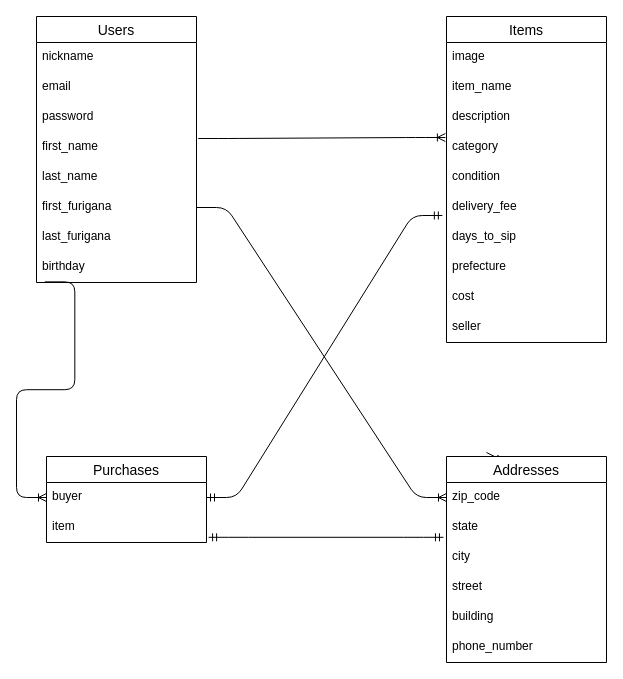
This is config/.dio from purinm/furima-32005, a draw.io file, before an edit. Source tidied: cells renumbered, new cells numbered last; positions are measured from the earlier drawing's top-left corner, leaving out a move shared by most shapes. Both pictures are drawn from the tidied source at 100%, with x=0, y=0 at pixel (36, 16).
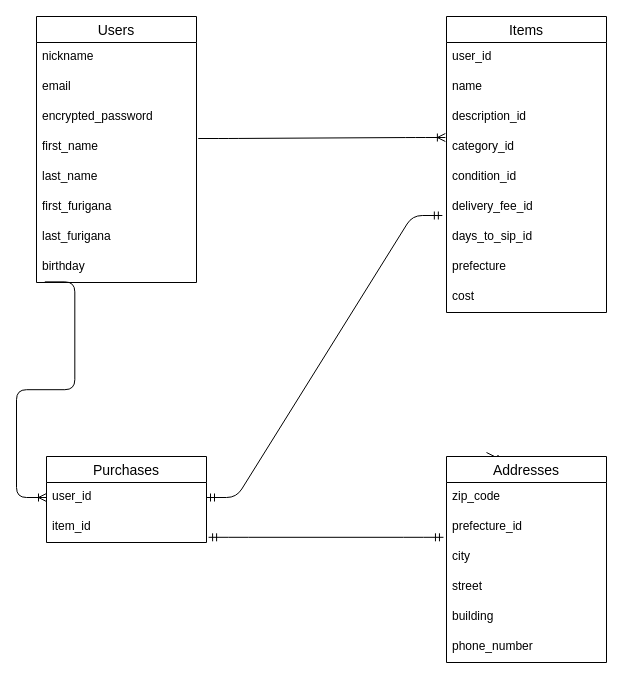
Above is the later version.

Commit message (it also covers changes not shown here):
データベース設計、ER図修正

Unchanged cells that the change refers to:
```xml
<mxCell id="2" value="Users" style="swimlane;fontStyle=0;horizontal=1;startSize=26;align=center;fontSize=14;" parent="1" vertex="1">
  <mxGeometry width="160" height="266" as="geometry" />
</mxCell>
<mxCell id="8" value="first_furigana" style="text;strokeColor=none;fillColor=none;spacingLeft=4;spacingRight=4;overflow=hidden;points=[[0,0.5],[1,0.5]];portConstraint=eastwest;fontSize=12;" parent="2" vertex="1">
  <mxGeometry y="176" width="160" height="30" as="geometry" />
</mxCell>
<mxCell id="23" value="Purchases" style="swimlane;fontStyle=0;horizontal=1;startSize=26;align=center;fontSize=14;" parent="1" vertex="1">
  <mxGeometry x="10" y="440" width="160" height="86" as="geometry" />
</mxCell>
<mxCell id="30" value="Addresses" style="swimlane;fontStyle=0;horizontal=1;startSize=26;align=center;fontSize=14;" parent="1" vertex="1">
  <mxGeometry x="410" y="440" width="160" height="206" as="geometry" />
</mxCell>
<mxCell id="31" value="zip_code" style="text;strokeColor=none;fillColor=none;spacingLeft=4;spacingRight=4;overflow=hidden;points=[[0,0.5],[1,0.5]];portConstraint=eastwest;fontSize=12;" parent="30" vertex="1">
  <mxGeometry y="26" width="160" height="30" as="geometry" />
</mxCell>
```

The edit, as a diff of the source:
```diff
@@
-    <mxCell id="5" value="password" style="text;strokeColor=none;fillColor=none;spacingLeft=4;spacingRight=4;overflow=hidden;fontSize=12;" parent="2" vertex="1">
+    <mxCell id="5" value="encrypted_password" style="text;strokeColor=none;fillColor=none;spacingLeft=4;spacingRight=4;overflow=hidden;fontSize=12;" parent="2" vertex="1">
       <mxGeometry y="86" width="160" height="30" as="geometry" />
     </mxCell>
@@
     <mxCell id="11" value="Items" style="swimlane;fontStyle=0;horizontal=1;startSize=26;align=center;fontSize=14;" parent="1" vertex="1">
-      <mxGeometry x="410" width="160" height="326" as="geometry" />
+      <mxGeometry x="410" width="160" height="296" as="geometry" />
     </mxCell>
-    <mxCell id="12" value="image" style="text;strokeColor=none;fillColor=none;spacingLeft=4;spacingRight=4;overflow=hidden;fontSize=12;" parent="11" vertex="1">
-      <mxGeometry y="26" width="160" height="30" as="geometry" />
-    </mxCell>
+    <mxCell id="38" value="user_id" style="text;strokeColor=none;fillColor=none;spacingLeft=4;spacingRight=4;overflow=hidden;fontSize=12;" parent="11" vertex="1">
+      <mxGeometry y="26" width="160" height="30" as="geometry" />
+    </mxCell>
-    <mxCell id="13" value="item_name" style="text;strokeColor=none;fillColor=none;spacingLeft=4;spacingRight=4;overflow=hidden;fontSize=12;" parent="11" vertex="1">
+    <mxCell id="13" value="name" style="text;strokeColor=none;fillColor=none;spacingLeft=4;spacingRight=4;overflow=hidden;fontSize=12;" parent="11" vertex="1">
       <mxGeometry y="56" width="160" height="30" as="geometry" />
     </mxCell>
-    <mxCell id="14" value="description" style="text;strokeColor=none;fillColor=none;spacingLeft=4;spacingRight=4;overflow=hidden;fontSize=12;" parent="11" vertex="1">
-      <mxGeometry y="86" width="160" height="30" as="geometry" />
-    </mxCell>
+    <mxCell id="39" value="description_id" style="text;strokeColor=none;fillColor=none;spacingLeft=4;spacingRight=4;overflow=hidden;fontSize=12;" parent="11" vertex="1">
+      <mxGeometry y="86" width="160" height="30" as="geometry" />
+    </mxCell>
-    <mxCell id="15" value="category" style="text;strokeColor=none;fillColor=none;spacingLeft=4;spacingRight=4;overflow=hidden;points=[[0,0.5],[1,0.5]];portConstraint=eastwest;fontSize=12;" parent="11" vertex="1">
+    <mxCell id="15" value="category_id" style="text;strokeColor=none;fillColor=none;spacingLeft=4;spacingRight=4;overflow=hidden;points=[[0,0.5],[1,0.5]];portConstraint=eastwest;fontSize=12;" parent="11" vertex="1">
       <mxGeometry y="116" width="160" height="30" as="geometry" />
     </mxCell>
-    <mxCell id="16" value="condition" style="text;strokeColor=none;fillColor=none;spacingLeft=4;spacingRight=4;overflow=hidden;fontSize=12;" parent="11" vertex="1">
+    <mxCell id="16" value="condition_id" style="text;strokeColor=none;fillColor=none;spacingLeft=4;spacingRight=4;overflow=hidden;fontSize=12;" parent="11" vertex="1">
       <mxGeometry y="146" width="160" height="30" as="geometry" />
     </mxCell>
-    <mxCell id="17" value="delivery_fee" style="text;strokeColor=none;fillColor=none;spacingLeft=4;spacingRight=4;overflow=hidden;points=[[0,0.5],[1,0.5]];portConstraint=eastwest;fontSize=12;" parent="11" vertex="1">
+    <mxCell id="17" value="delivery_fee_id" style="text;strokeColor=none;fillColor=none;spacingLeft=4;spacingRight=4;overflow=hidden;points=[[0,0.5],[1,0.5]];portConstraint=eastwest;fontSize=12;" parent="11" vertex="1">
       <mxGeometry y="176" width="160" height="30" as="geometry" />
     </mxCell>
-    <mxCell id="18" value="days_to_sip&#10;" style="text;strokeColor=none;fillColor=none;spacingLeft=4;spacingRight=4;overflow=hidden;fontSize=12;" parent="11" vertex="1">
+    <mxCell id="18" value="days_to_sip_id&#10;" style="text;strokeColor=none;fillColor=none;spacingLeft=4;spacingRight=4;overflow=hidden;fontSize=12;" parent="11" vertex="1">
       <mxGeometry y="206" width="160" height="30" as="geometry" />
     </mxCell>
@@
-    <mxCell id="21" value="seller 　" style="text;strokeColor=none;fillColor=none;spacingLeft=4;spacingRight=4;overflow=hidden;fontSize=12;" parent="11" vertex="1">
-      <mxGeometry y="296" width="160" height="30" as="geometry" />
-    </mxCell>
@@
-    <mxCell id="24" value="buyer" style="text;strokeColor=none;fillColor=none;spacingLeft=4;spacingRight=4;overflow=hidden;points=[[0,0.5],[1,0.5]];portConstraint=eastwest;fontSize=12;" parent="23" vertex="1">
+    <mxCell id="24" value="user_id" style="text;strokeColor=none;fillColor=none;spacingLeft=4;spacingRight=4;overflow=hidden;points=[[0,0.5],[1,0.5]];portConstraint=eastwest;fontSize=12;" parent="23" vertex="1">
       <mxGeometry y="26" width="160" height="30" as="geometry" />
     </mxCell>
-    <mxCell id="25" value="item" style="text;strokeColor=none;fillColor=none;spacingLeft=4;spacingRight=4;overflow=hidden;fontSize=12;" parent="23" vertex="1">
+    <mxCell id="25" value="item_id" style="text;strokeColor=none;fillColor=none;spacingLeft=4;spacingRight=4;overflow=hidden;fontSize=12;" parent="23" vertex="1">
       <mxGeometry y="56" width="160" height="30" as="geometry" />
     </mxCell>
@@
-    <mxCell id="27" style="edgeStyle=entityRelationEdgeStyle;fontSize=12;html=1;endArrow=ERoneToMany;exitX=1;exitY=0.5;exitDx=0;exitDy=0;entryX=0;entryY=0.5;entryDx=0;entryDy=0;" parent="1" edge="1" source="8" target="31">
-      <mxGeometry relative="1" as="geometry" />
-    </mxCell>
@@
-    <mxCell id="32" value="state" style="text;strokeColor=none;fillColor=none;spacingLeft=4;spacingRight=4;overflow=hidden;points=[[0,0.5],[1,0.5]];portConstraint=eastwest;fontSize=12;" parent="30" vertex="1">
+    <mxCell id="32" value="prefecture_id" style="text;strokeColor=none;fillColor=none;spacingLeft=4;spacingRight=4;overflow=hidden;points=[[0,0.5],[1,0.5]];portConstraint=eastwest;fontSize=12;" parent="30" vertex="1">
       <mxGeometry y="56" width="160" height="30" as="geometry" />
     </mxCell>
```
